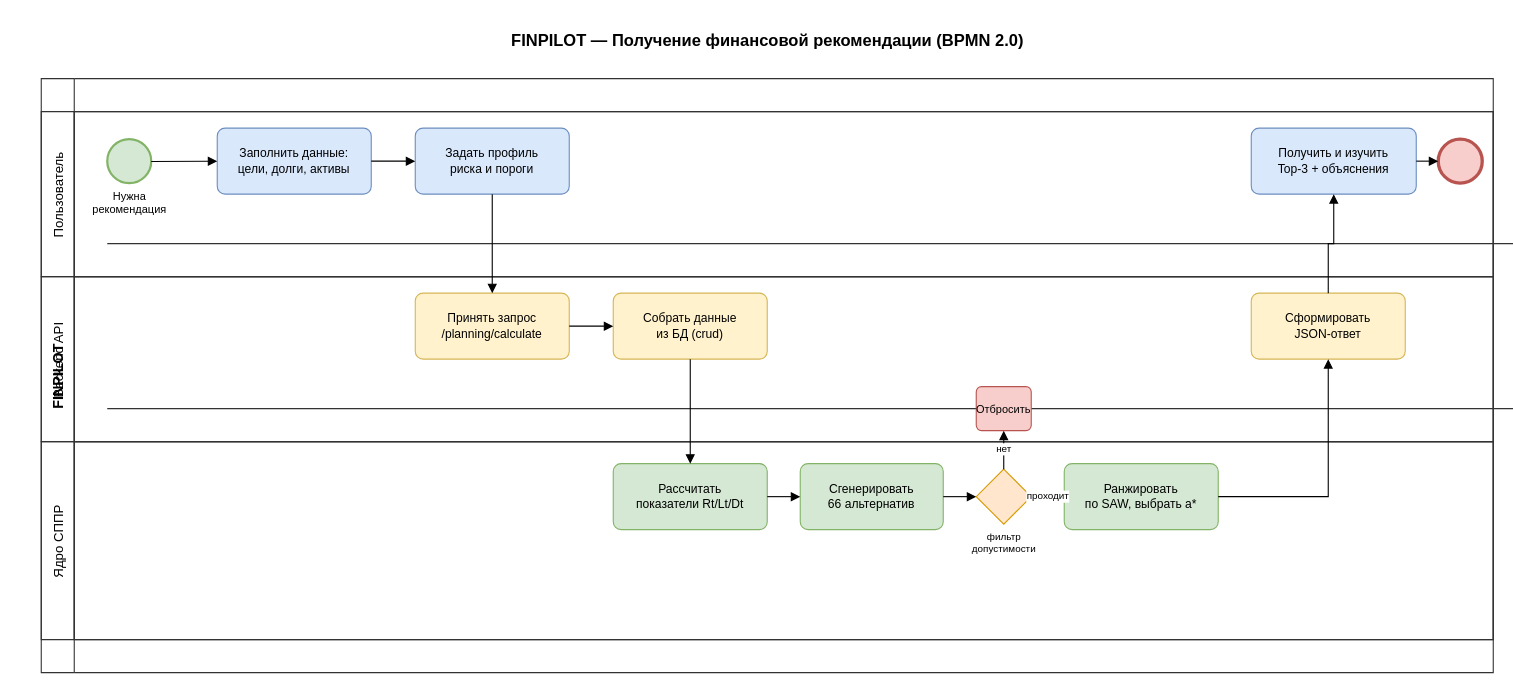
Earlier version of the draw.io diagram docs/diagrams/17_bpmn.drawio (vevdokimovm/personal-finance-dss). Source tidied: cells renumbered, new cells numbered last; positions are measured from the earlier drawing's top-left corner, leaving out a move shared by most shapes. Both pictures are drawn from the tidied source at 110%, with x=0, y=0 at pixel (41, 23).
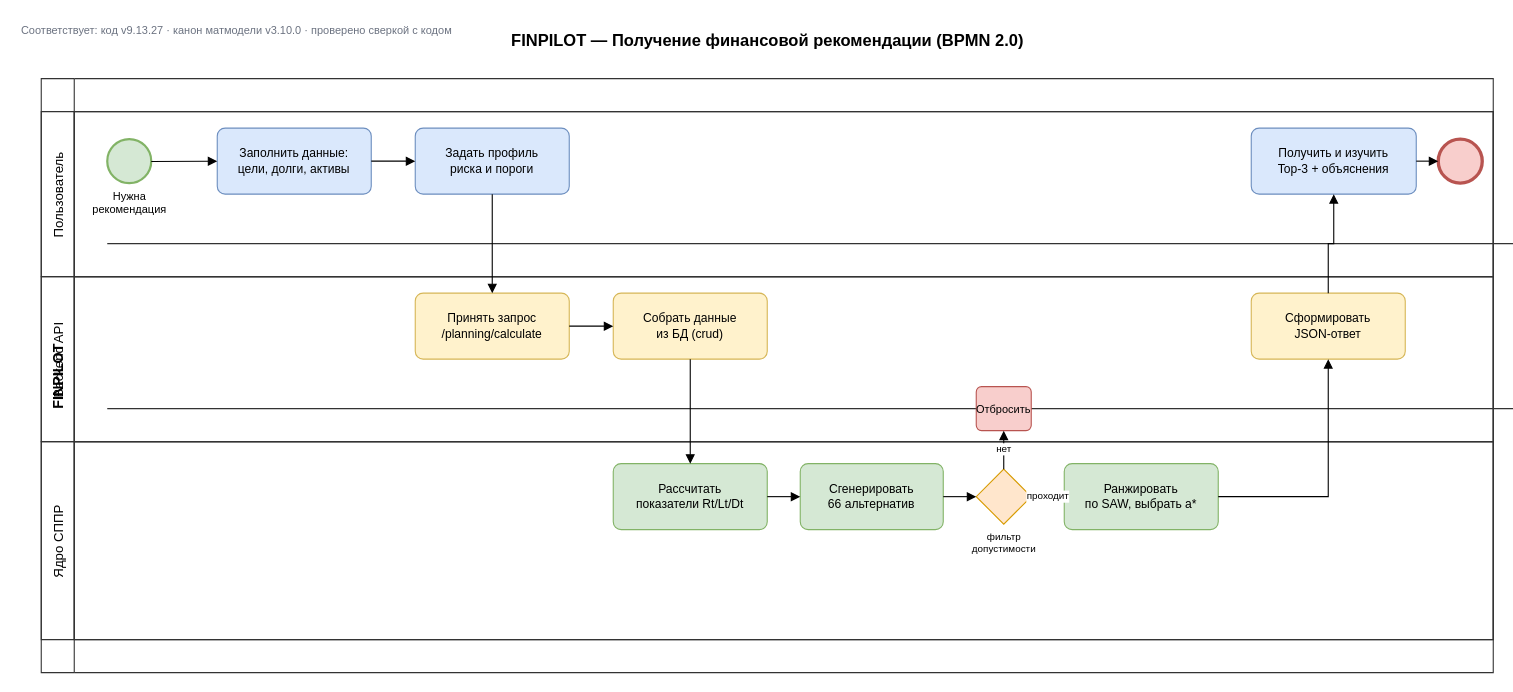
The same diagram, later.

What changed in the source:
```diff
@@
+    <mxCell id="37" value="Соответствует: код v9.13.27 · канон матмодели v3.10.0 · проверено сверкой с кодом" style="text;html=1;strokeColor=none;fillColor=none;align=left;verticalAlign=middle;fontSize=10;fontColor=#6b7280;" parent="1" vertex="1">
+      <mxGeometry x="-20" y="-4" width="520" height="20" as="geometry" />
+    </mxCell>
```
